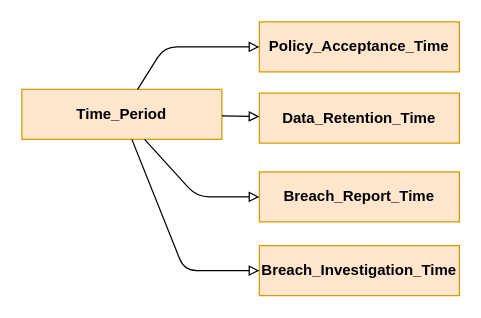
Before: page "time" (5 of 7) of resources/docs/outdated/v1.1/ontology.drawio in kuznetsovmd/pp-ontology, a draw.io diagram. Source tidied: cells renumbered, new cells numbered last; positions are measured from the earlier drawing's top-left corner, leaving out a move shared by most shapes. Both pictures are drawn from the tidied source at 125%, with x=0, y=0 at pixel (21, 21).
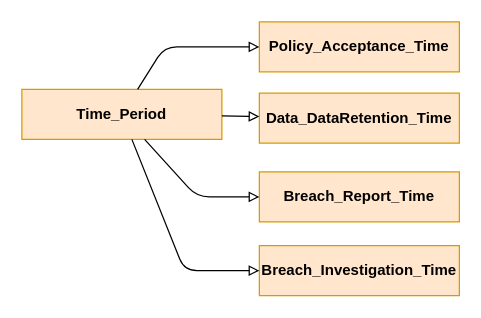
The same page after the edit.

The edit, as a diff of the source:
```diff
@@
 <mxGraphModel>
   <root>
     <mxCell id="0" />
     <mxCell id="1" parent="0" />
     <mxCell id="2" value="Breach_Investigation_Time" style="rounded=0;whiteSpace=wrap;html=1;fillColor=#ffe6cc;strokeColor=#d79b00;fontSize=12;fontStyle=1;" parent="1" vertex="1">
       <mxGeometry x="190" y="179" width="160" height="40" as="geometry" />
     </mxCell>
     <mxCell id="3" value="Breach_Report_Time" style="rounded=0;whiteSpace=wrap;html=1;fillColor=#ffe6cc;strokeColor=#d79b00;fontSize=12;fontStyle=1;" parent="1" vertex="1">
       <mxGeometry x="190" y="120" width="160" height="40" as="geometry" />
     </mxCell>
     <mxCell id="4" value="Time_Period" style="rounded=0;whiteSpace=wrap;html=1;fillColor=#ffe6cc;strokeColor=#d79b00;fontSize=12;fontStyle=1;" parent="1" vertex="1">
       <mxGeometry y="54" width="160" height="40" as="geometry" />
     </mxCell>
     <mxCell id="5" style="endArrow=block;html=1;endFill=0;fontSize=12;fontStyle=1;" parent="1" edge="1" source="4" target="3">
       <mxGeometry relative="1" as="geometry">
         <Array as="points">
           <mxPoint x="140" y="140" />
         </Array>
       </mxGeometry>
     </mxCell>
     <mxCell id="6" style="endArrow=block;html=1;endFill=0;fontSize=12;fontStyle=1;" parent="1" edge="1" source="4" target="2">
       <mxGeometry relative="1" as="geometry">
         <Array as="points">
           <mxPoint x="130" y="199" />
         </Array>
       </mxGeometry>
     </mxCell>
-    <mxCell id="7" value="Data_Retention_Time" style="rounded=0;whiteSpace=wrap;html=1;fillColor=#ffe6cc;strokeColor=#d79b00;fontSize=12;fontStyle=1;" parent="1" vertex="1">
+    <mxCell id="7" value="Data_DataRetention_Time" style="rounded=0;whiteSpace=wrap;html=1;fillColor=#ffe6cc;strokeColor=#d79b00;fontSize=12;fontStyle=1;" parent="1" vertex="1">
       <mxGeometry x="190" y="57" width="160" height="40" as="geometry" />
     </mxCell>
     <mxCell id="8" style="endArrow=block;html=1;endFill=0;fontSize=12;fontStyle=1;" parent="1" edge="1" source="4" target="7">
       <mxGeometry relative="1" as="geometry" />
     </mxCell>
     <mxCell id="9" value="Policy_Acceptance_Time" style="rounded=0;whiteSpace=wrap;html=1;fillColor=#ffe6cc;strokeColor=#d79b00;fontSize=12;fontStyle=1;" parent="1" vertex="1">
       <mxGeometry x="190" width="160" height="40" as="geometry" />
     </mxCell>
     <mxCell id="10" style="endArrow=block;html=1;endFill=0;fontSize=12;fontStyle=1;" parent="1" edge="1" source="4" target="9">
       <mxGeometry relative="1" as="geometry">
         <Array as="points">
           <mxPoint x="114" y="20" />
         </Array>
       </mxGeometry>
     </mxCell>
   </root>
 </mxGraphModel>
```
